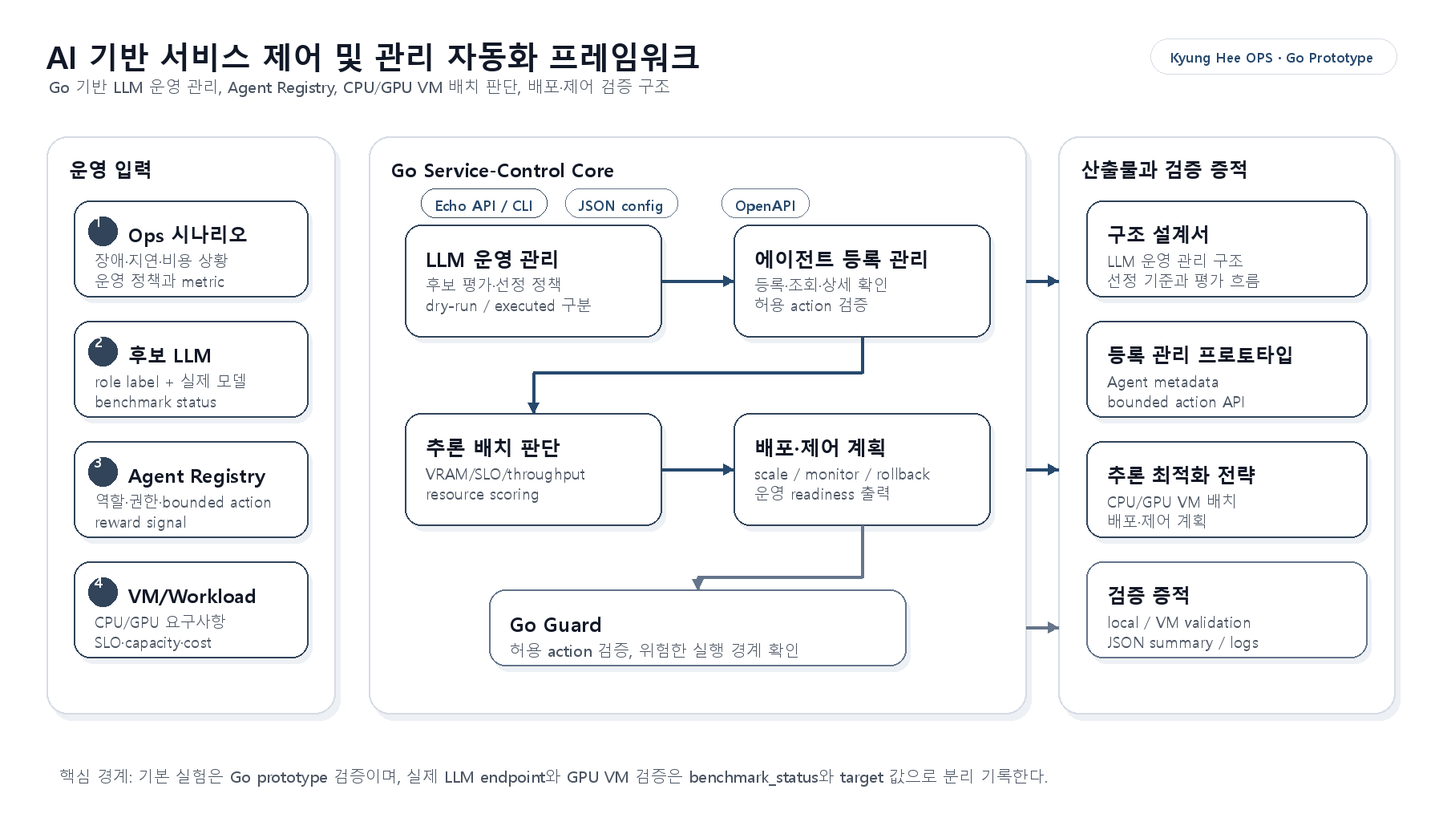
Above: docs/images/service_control_architecture.png in cloud-barista/ai-ops (Mermaid), before the change. Its source is kept beside it as docs/diagrams/service_control_architecture.mmd. The source it was exported from:
```mermaid
flowchart LR
  A[Ops scenarios and policies] --> B[Ops LLM selection]
  B --> C[Agent registry and bounded actions]
  C --> D[CPU/GPU VM placement]
  D --> E[AI application deployment/control plan]
  E --> F[Service operations readiness]
  F --> G[Local/VM validation evidence]

  B -. actual endpoint optional .-> H[OpenAI-compatible LLM endpoint]
  F --> I[Go guard]
```
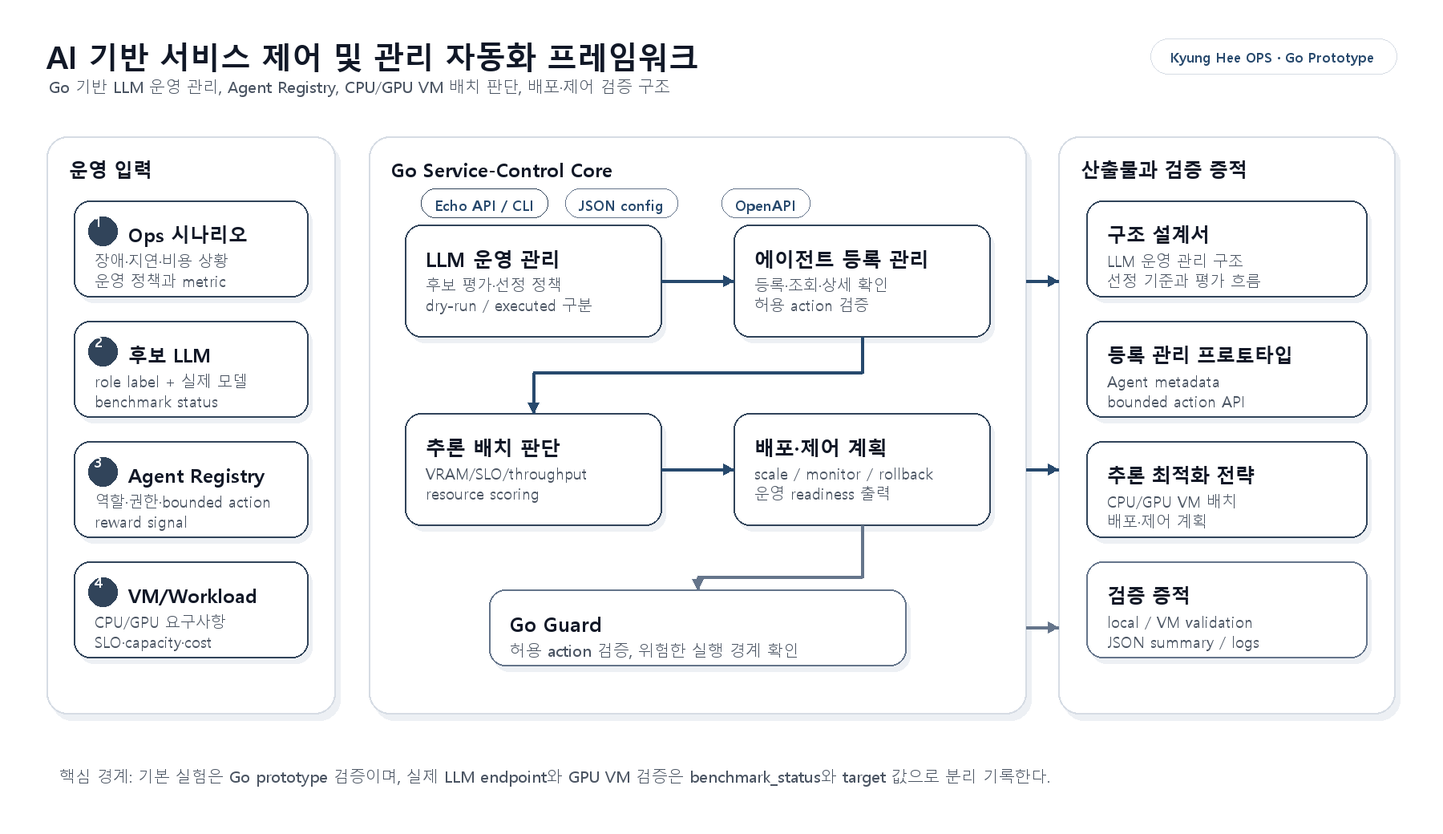
Later version of the same file.

What changed in the source:
```diff
@@ -1,8 +1,8 @@
 flowchart LR
   A[Ops scenarios and policies] --> B[Ops LLM selection]
   B --> C[Agent registry and bounded actions]
-  C --> D[CPU/GPU VM placement]
-  D --> E[AI application deployment/control plan]
+  C --> D[Actual CPU/GPU VM suitability]
+  D --> E[Capability-based external-agent handoff plan]
   E --> F[Service operations readiness]
   F --> G[Local/VM validation evidence]
 
```
